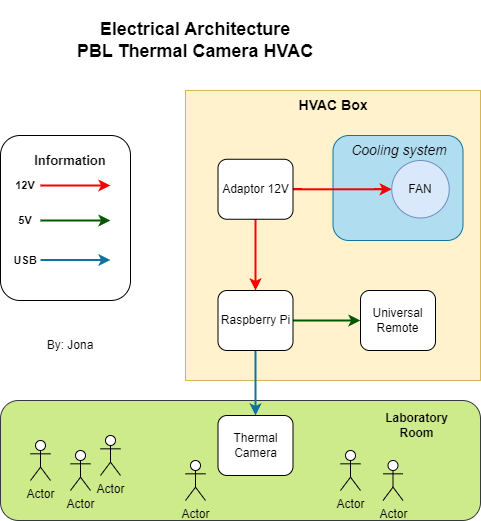
Earlier version of the draw.io export doc/img/electrical_architecture.png (robotjaol/thermal_cam_HVAC). Source tidied: cells renumbered, new cells last; positions are measured from the earlier drawing's top-left corner, leaving out a move shared by most shapes.
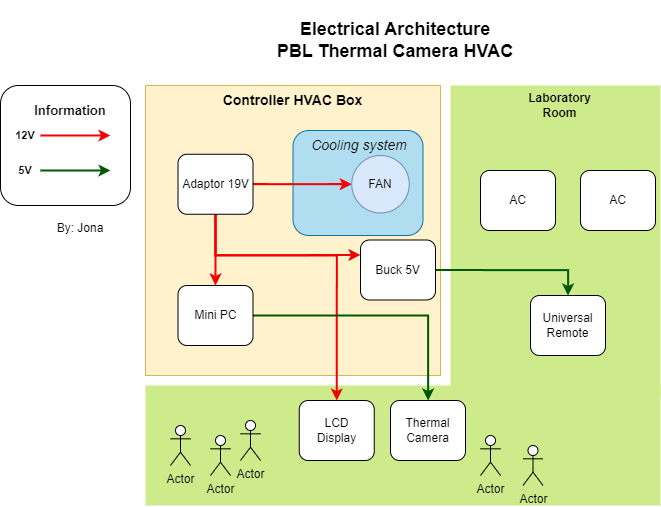
Later version of the same file.

Diff of the diagram source:
```diff
@@ -2,107 +2,124 @@
   <root>
     <mxCell id="0" />
     <mxCell id="1" parent="0" />
-    <mxCell id="2" style="rounded=1;whiteSpace=wrap;html=1;fillColor=#cdeb8b;strokeColor=#36393d;" parent="1" vertex="1">
-      <mxGeometry y="400" width="480" height="120" as="geometry" />
-    </mxCell>
-    <mxCell id="3" style="rounded=1;whiteSpace=wrap;html=1;" parent="1" vertex="1">
-      <mxGeometry y="135" width="130" height="165" as="geometry" />
-    </mxCell>
-    <mxCell id="4" style="rounded=0;whiteSpace=wrap;html=1;fillColor=#fff2cc;strokeColor=#d6b656;" parent="1" vertex="1">
-      <mxGeometry x="185" y="90" width="295" height="290" as="geometry" />
-    </mxCell>
-    <mxCell id="5" style="rounded=1;whiteSpace=wrap;html=1;fillColor=#b1ddf0;strokeColor=#10739e;" parent="1" vertex="1">
-      <mxGeometry x="332.5" y="135" width="130" height="105" as="geometry" />
-    </mxCell>
     <mxCell id="6" value="&lt;div&gt;&lt;span style=&quot;font-size: 18px;&quot;&gt;&lt;b&gt;Electrical Architecture&lt;/b&gt;&lt;/span&gt;&lt;/div&gt;&lt;b&gt;&lt;font style=&quot;font-size: 18px;&quot;&gt;PBL Thermal Camera HVAC&lt;/font&gt;&lt;/b&gt;" style="text;html=1;align=center;verticalAlign=middle;whiteSpace=wrap;rounded=0;" parent="1" vertex="1">
       <mxGeometry x="70" width="250" height="80" as="geometry" />
     </mxCell>
-    <mxCell id="7" style="edgeStyle=orthogonalEdgeStyle;rounded=0;jettySize=auto;html=1;strokeColor=#ff0000;strokeWidth=2;" parent="1" edge="1" source="9" target="12">
-      <mxGeometry relative="1" as="geometry" />
-    </mxCell>
-    <mxCell id="8" style="edgeStyle=orthogonalEdgeStyle;rounded=0;jettySize=auto;html=1;strokeColor=#F50000;strokeWidth=2;" parent="1" edge="1" source="9" target="16">
-      <mxGeometry relative="1" as="geometry" />
-    </mxCell>
-    <mxCell id="9" value="Adaptor 12V" style="rounded=1;whiteSpace=wrap;html=1;" parent="1" vertex="1">
-      <mxGeometry x="217.5" y="158.8" width="75" height="60" as="geometry" />
-    </mxCell>
-    <mxCell id="10" style="edgeStyle=orthogonalEdgeStyle;rounded=0;jettySize=auto;html=1;strokeColor=#10739e;fillColor=#b1ddf0;strokeWidth=2;" parent="1" edge="1" source="12" target="13">
-      <mxGeometry relative="1" as="geometry" />
-    </mxCell>
-    <mxCell id="11" style="edgeStyle=orthogonalEdgeStyle;rounded=0;jettySize=auto;html=1;strokeColor=#005700;fillColor=#008a00;strokeWidth=2;" parent="1" edge="1" source="12" target="14">
-      <mxGeometry relative="1" as="geometry" />
-    </mxCell>
-    <mxCell id="12" value="Raspberry Pi" style="rounded=1;whiteSpace=wrap;html=1;" parent="1" vertex="1">
-      <mxGeometry x="217.5" y="290" width="75" height="60" as="geometry" />
-    </mxCell>
+    <mxCell id="33" style="group;" parent="1" vertex="1">
+      <mxGeometry x="-200" y="85" width="660" height="420" as="geometry" />
+    </mxCell>
+    <mxCell id="34" style="rounded=0;whiteSpace=wrap;html=1;fillColor=#cdeb8b;strokeColor=none;" parent="33" vertex="1">
+      <mxGeometry x="450" width="210" height="310" as="geometry" />
+    </mxCell>
+    <mxCell id="35" style="rounded=0;whiteSpace=wrap;html=1;fillColor=#cdeb8b;strokeColor=none;" parent="33" vertex="1">
+      <mxGeometry x="145" y="300" width="515" height="120" as="geometry" />
+    </mxCell>
+    <mxCell id="36" style="rounded=1;whiteSpace=wrap;html=1;" parent="33" vertex="1">
+      <mxGeometry width="130" height="120" as="geometry" />
+    </mxCell>
+    <mxCell id="37" style="rounded=0;whiteSpace=wrap;html=1;fillColor=#fff2cc;strokeColor=#d6b656;" parent="33" vertex="1">
+      <mxGeometry x="145" width="295" height="290" as="geometry" />
+    </mxCell>
+    <mxCell id="38" style="rounded=1;whiteSpace=wrap;html=1;fillColor=#b1ddf0;strokeColor=#10739e;" parent="33" vertex="1">
+      <mxGeometry x="292.5" y="45" width="130" height="105" as="geometry" />
+    </mxCell>
+    <mxCell id="39" style="edgeStyle=orthogonalEdgeStyle;rounded=0;jettySize=auto;html=1;strokeColor=#ff0000;strokeWidth=2;" parent="33" edge="1" source="43" target="45">
+      <mxGeometry relative="1" as="geometry" />
+    </mxCell>
+    <mxCell id="40" style="edgeStyle=orthogonalEdgeStyle;rounded=0;jettySize=auto;html=1;strokeColor=#F50000;strokeWidth=2;" parent="33" edge="1" source="43" target="16">
+      <mxGeometry relative="1" as="geometry" />
+    </mxCell>
+    <mxCell id="41" style="edgeStyle=orthogonalEdgeStyle;rounded=0;jettySize=auto;html=1;exitX=0.5;exitY=1;exitDx=0;exitDy=0;entryX=0.5;entryY=0;entryDx=0;entryDy=0;fillColor=#e51400;strokeColor=#F50000;strokeWidth=2;" parent="33" edge="1" source="43" target="56">
+      <mxGeometry relative="1" as="geometry">
+        <Array as="points">
+          <mxPoint x="215" y="170" />
+          <mxPoint x="336" y="170" />
+        </Array>
+      </mxGeometry>
+    </mxCell>
+    <mxCell id="42" style="edgeStyle=orthogonalEdgeStyle;rounded=0;jettySize=auto;html=1;exitX=0.5;exitY=1;exitDx=0;exitDy=0;entryX=0;entryY=0.25;entryDx=0;entryDy=0;strokeColor=#F50000;strokeWidth=2;" parent="33" edge="1" source="43" target="58">
+      <mxGeometry relative="1" as="geometry" />
+    </mxCell>
+    <mxCell id="43" value="Adaptor 19V" style="rounded=1;whiteSpace=wrap;html=1;" parent="33" vertex="1">
+      <mxGeometry x="177.5" y="68.8" width="75" height="60" as="geometry" />
+    </mxCell>
+    <mxCell id="44" style="edgeStyle=orthogonalEdgeStyle;rounded=0;jettySize=auto;html=1;strokeColor=#005700;fillColor=#008a00;strokeWidth=2;" parent="33" edge="1" source="45" target="13">
+      <mxGeometry relative="1" as="geometry" />
+    </mxCell>
+    <mxCell id="45" value="Mini PC" style="rounded=1;whiteSpace=wrap;html=1;" parent="33" vertex="1">
+      <mxGeometry x="177.5" y="200" width="75" height="60" as="geometry" />
+    </mxCell>
-    <mxCell id="13" value="Thermal Camera" style="rounded=1;whiteSpace=wrap;html=1;" parent="1" vertex="1">
-      <mxGeometry x="217.5" y="415" width="75" height="60" as="geometry" />
+    <mxCell id="13" value="Thermal Camera" style="rounded=1;whiteSpace=wrap;html=1;" parent="33" vertex="1">
+      <mxGeometry x="390" y="315" width="75" height="60" as="geometry" />
     </mxCell>
-    <mxCell id="14" value="Universal Remote" style="rounded=1;whiteSpace=wrap;html=1;" parent="1" vertex="1">
-      <mxGeometry x="360" y="290" width="75" height="60" as="geometry" />
+    <mxCell id="14" value="Universal Remote" style="rounded=1;whiteSpace=wrap;html=1;" parent="33" vertex="1">
+      <mxGeometry x="530" y="210" width="75" height="60" as="geometry" />
     </mxCell>
-    <mxCell id="15" value="&lt;b&gt;&lt;font style=&quot;font-size: 14px;&quot;&gt;HVAC Box&lt;/font&gt;&lt;/b&gt;" style="text;html=1;align=center;verticalAlign=middle;whiteSpace=wrap;rounded=0;" parent="1" vertex="1">
-      <mxGeometry x="282.5" y="90" width="100" height="30" as="geometry" />
-    </mxCell>
+    <mxCell id="46" value="&lt;b&gt;&lt;font style=&quot;font-size: 14px;&quot;&gt;Controller HVAC Box&lt;/font&gt;&lt;/b&gt;" style="text;html=1;align=center;verticalAlign=middle;whiteSpace=wrap;rounded=0;" parent="33" vertex="1">
+      <mxGeometry x="211.2" width="162.5" height="30" as="geometry" />
+    </mxCell>
-    <mxCell id="16" value="FAN" style="ellipse;whiteSpace=wrap;html=1;fillColor=#dae8fc;strokeColor=#6c8ebf;" parent="1" vertex="1">
-      <mxGeometry x="391.2" y="160" width="57.5" height="57.5" as="geometry" />
+    <mxCell id="16" value="FAN" style="ellipse;whiteSpace=wrap;html=1;fillColor=#dae8fc;strokeColor=#6c8ebf;" parent="33" vertex="1">
+      <mxGeometry x="351.2" y="70" width="57.5" height="57.5" as="geometry" />
     </mxCell>
-    <mxCell id="17" value="&lt;font style=&quot;font-size: 14px;&quot;&gt;&lt;i&gt;Cooling system&lt;/i&gt;&lt;/font&gt;" style="text;html=1;align=center;verticalAlign=middle;whiteSpace=wrap;rounded=0;" parent="1" vertex="1">
-      <mxGeometry x="348.8" y="135" width="100" height="30" as="geometry" />
+    <mxCell id="17" value="&lt;font style=&quot;font-size: 14px;&quot;&gt;&lt;i&gt;Cooling system&lt;/i&gt;&lt;/font&gt;" style="text;html=1;align=center;verticalAlign=middle;whiteSpace=wrap;rounded=0;" parent="33" vertex="1">
+      <mxGeometry x="308.8" y="45" width="100" height="30" as="geometry" />
     </mxCell>
-    <mxCell id="18" style="endArrow=classic;html=1;rounded=0;strokeColor=#F50000;strokeWidth=2;" parent="1" edge="1">
-      <mxGeometry relative="1" as="geometry">
-        <mxPoint x="40" y="185" as="sourcePoint" />
-        <mxPoint x="110" y="185" as="targetPoint" />
-      </mxGeometry>
-    </mxCell>
-    <mxCell id="19" style="endArrow=classic;html=1;rounded=0;strokeColor=#005700;strokeWidth=2;fillColor=#008a00;" parent="1" edge="1">
-      <mxGeometry relative="1" as="geometry">
-        <mxPoint x="40" y="220" as="sourcePoint" />
-        <mxPoint x="110" y="220" as="targetPoint" />
-      </mxGeometry>
-    </mxCell>
-    <mxCell id="20" style="endArrow=classic;html=1;rounded=0;strokeColor=#10739e;strokeWidth=2;fillColor=#b1ddf0;" parent="1" edge="1">
-      <mxGeometry relative="1" as="geometry">
-        <mxPoint x="40" y="259.5" as="sourcePoint" />
-        <mxPoint x="110" y="259.5" as="targetPoint" />
-      </mxGeometry>
-    </mxCell>
+    <mxCell id="47" style="endArrow=classic;html=1;rounded=0;strokeColor=#F50000;strokeWidth=2;" parent="33" edge="1">
+      <mxGeometry relative="1" as="geometry">
+        <mxPoint x="40" y="50" as="sourcePoint" />
+        <mxPoint x="110" y="50" as="targetPoint" />
+      </mxGeometry>
+    </mxCell>
+    <mxCell id="48" style="endArrow=classic;html=1;rounded=0;strokeColor=#005700;strokeWidth=2;fillColor=#008a00;" parent="33" edge="1">
+      <mxGeometry relative="1" as="geometry">
+        <mxPoint x="40" y="85" as="sourcePoint" />
+        <mxPoint x="110" y="85" as="targetPoint" />
+      </mxGeometry>
+    </mxCell>
-    <mxCell id="21" value="&lt;div&gt;&lt;b style=&quot;&quot;&gt;&lt;font style=&quot;font-size: 11px;&quot;&gt;12V&lt;/font&gt;&lt;/b&gt;&lt;/div&gt;" style="text;html=1;align=center;verticalAlign=middle;whiteSpace=wrap;rounded=0;" parent="1" vertex="1">
-      <mxGeometry x="10" y="175" width="30" height="20" as="geometry" />
+    <mxCell id="21" value="&lt;div&gt;&lt;b style=&quot;&quot;&gt;&lt;font style=&quot;font-size: 11px;&quot;&gt;12V&lt;/font&gt;&lt;/b&gt;&lt;/div&gt;" style="text;html=1;align=center;verticalAlign=middle;whiteSpace=wrap;rounded=0;" parent="33" vertex="1">
+      <mxGeometry x="10" y="40" width="30" height="20" as="geometry" />
     </mxCell>
-    <mxCell id="22" value="&lt;div&gt;&lt;b style=&quot;&quot;&gt;&lt;font style=&quot;font-size: 11px;&quot;&gt;5V&lt;/font&gt;&lt;/b&gt;&lt;/div&gt;" style="text;html=1;align=center;verticalAlign=middle;whiteSpace=wrap;rounded=0;" parent="1" vertex="1">
-      <mxGeometry x="10" y="210" width="30" height="20" as="geometry" />
+    <mxCell id="22" value="&lt;div&gt;&lt;b style=&quot;&quot;&gt;&lt;font style=&quot;font-size: 11px;&quot;&gt;5V&lt;/font&gt;&lt;/b&gt;&lt;/div&gt;" style="text;html=1;align=center;verticalAlign=middle;whiteSpace=wrap;rounded=0;" parent="33" vertex="1">
+      <mxGeometry x="10" y="75" width="30" height="20" as="geometry" />
     </mxCell>
-    <mxCell id="23" value="&lt;div&gt;&lt;b style=&quot;&quot;&gt;&lt;font style=&quot;font-size: 11px;&quot;&gt;USB&lt;/font&gt;&lt;/b&gt;&lt;/div&gt;" style="text;html=1;align=center;verticalAlign=middle;whiteSpace=wrap;rounded=0;" parent="1" vertex="1">
-      <mxGeometry x="10" y="250" width="30" height="20" as="geometry" />
-    </mxCell>
-    <mxCell id="24" value="&lt;div&gt;&lt;b style=&quot;&quot;&gt;&lt;font style=&quot;font-size: 13px;&quot;&gt;Information&lt;/font&gt;&lt;/b&gt;&lt;/div&gt;" style="text;html=1;align=center;verticalAlign=middle;whiteSpace=wrap;rounded=0;" parent="1" vertex="1">
-      <mxGeometry x="30" y="150" width="80" height="20" as="geometry" />
+    <mxCell id="24" value="&lt;div&gt;&lt;b style=&quot;&quot;&gt;&lt;font style=&quot;font-size: 13px;&quot;&gt;Information&lt;/font&gt;&lt;/b&gt;&lt;/div&gt;" style="text;html=1;align=center;verticalAlign=middle;whiteSpace=wrap;rounded=0;" parent="33" vertex="1">
+      <mxGeometry x="30" y="15" width="80" height="20" as="geometry" />
     </mxCell>
+    <mxCell id="49" value="Actor" style="shape=umlActor;verticalLabelPosition=bottom;verticalAlign=top;html=1;" parent="33" vertex="1">
+      <mxGeometry x="170" y="340" width="20" height="40" as="geometry" />
+    </mxCell>
+    <mxCell id="50" value="Actor" style="shape=umlActor;verticalLabelPosition=bottom;verticalAlign=top;html=1;" parent="33" vertex="1">
+      <mxGeometry x="210" y="350" width="20" height="40" as="geometry" />
+    </mxCell>
+    <mxCell id="51" value="Actor" style="shape=umlActor;verticalLabelPosition=bottom;verticalAlign=top;html=1;" parent="33" vertex="1">
+      <mxGeometry x="240" y="335" width="20" height="40" as="geometry" />
+    </mxCell>
+    <mxCell id="52" value="Actor" style="shape=umlActor;verticalLabelPosition=bottom;verticalAlign=top;html=1;" parent="33" vertex="1">
+      <mxGeometry x="480" y="350" width="20" height="40" as="geometry" />
+    </mxCell>
+    <mxCell id="53" value="Actor" style="shape=umlActor;verticalLabelPosition=bottom;verticalAlign=top;html=1;" parent="33" vertex="1">
+      <mxGeometry x="522.5" y="360" width="20" height="40" as="geometry" />
+    </mxCell>
+    <mxCell id="32" value="By: Jona" style="text;html=1;align=center;verticalAlign=middle;whiteSpace=wrap;rounded=0;" parent="33" vertex="1">
+      <mxGeometry x="50" y="127.5" width="60" height="30" as="geometry" />
+    </mxCell>
+    <mxCell id="54" value="AC" style="rounded=1;whiteSpace=wrap;html=1;" parent="33" vertex="1">
+      <mxGeometry x="580" y="85" width="75" height="60" as="geometry" />
+    </mxCell>
+    <mxCell id="55" value="AC" style="rounded=1;whiteSpace=wrap;html=1;" parent="33" vertex="1">
+      <mxGeometry x="480" y="85" width="75" height="60" as="geometry" />
+    </mxCell>
-    <mxCell id="25" value="&lt;b&gt;Laboratory Room&lt;/b&gt;" style="text;html=1;align=center;verticalAlign=middle;whiteSpace=wrap;rounded=0;" parent="1" vertex="1">
-      <mxGeometry x="370" y="410" width="92.5" height="30" as="geometry" />
+    <mxCell id="25" value="&lt;b&gt;Laboratory Room&lt;/b&gt;" style="text;html=1;align=center;verticalAlign=middle;whiteSpace=wrap;rounded=0;" parent="33" vertex="1">
+      <mxGeometry x="512.5" y="5" width="92.5" height="30" as="geometry" />
     </mxCell>
-    <mxCell id="26" value="Actor" style="shape=umlActor;verticalLabelPosition=bottom;verticalAlign=top;html=1;" parent="1" vertex="1">
-      <mxGeometry x="30" y="440" width="20" height="40" as="geometry" />
-    </mxCell>
-    <mxCell id="27" value="Actor" style="shape=umlActor;verticalLabelPosition=bottom;verticalAlign=top;html=1;" parent="1" vertex="1">
-      <mxGeometry x="70" y="450" width="20" height="40" as="geometry" />
-    </mxCell>
-    <mxCell id="28" value="Actor" style="shape=umlActor;verticalLabelPosition=bottom;verticalAlign=top;html=1;" parent="1" vertex="1">
-      <mxGeometry x="100" y="435" width="20" height="40" as="geometry" />
-    </mxCell>
-    <mxCell id="29" value="Actor" style="shape=umlActor;verticalLabelPosition=bottom;verticalAlign=top;html=1;" parent="1" vertex="1">
-      <mxGeometry x="340" y="450" width="20" height="40" as="geometry" />
-    </mxCell>
-    <mxCell id="30" value="Actor" style="shape=umlActor;verticalLabelPosition=bottom;verticalAlign=top;html=1;" parent="1" vertex="1">
-      <mxGeometry x="382.5" y="460" width="20" height="40" as="geometry" />
-    </mxCell>
-    <mxCell id="31" value="Actor" style="shape=umlActor;verticalLabelPosition=bottom;verticalAlign=top;html=1;" parent="1" vertex="1">
-      <mxGeometry x="185" y="460" width="20" height="40" as="geometry" />
-    </mxCell>
-    <mxCell id="32" value="By: Jona" style="text;html=1;align=center;verticalAlign=middle;whiteSpace=wrap;rounded=0;" parent="1" vertex="1">
-      <mxGeometry x="40" y="330" width="60" height="30" as="geometry" />
-    </mxCell>
+    <mxCell id="56" value="LCD&lt;div&gt;Display&lt;/div&gt;" style="rounded=1;whiteSpace=wrap;html=1;" parent="33" vertex="1">
+      <mxGeometry x="298.8" y="315" width="75" height="60" as="geometry" />
+    </mxCell>
+    <mxCell id="57" style="edgeStyle=orthogonalEdgeStyle;rounded=0;jettySize=auto;html=1;exitX=1;exitY=0.5;exitDx=0;exitDy=0;entryX=0.5;entryY=0;entryDx=0;entryDy=0;fillColor=#008a00;strokeColor=#005700;endSize=6;strokeWidth=2;" parent="33" edge="1" source="58" target="14">
+      <mxGeometry relative="1" as="geometry" />
+    </mxCell>
+    <mxCell id="58" value="Buck 5V" style="rounded=1;whiteSpace=wrap;html=1;" parent="33" vertex="1">
+      <mxGeometry x="360" y="154.5" width="75" height="60" as="geometry" />
+    </mxCell>
   </root>
 </mxGraphModel>
```
